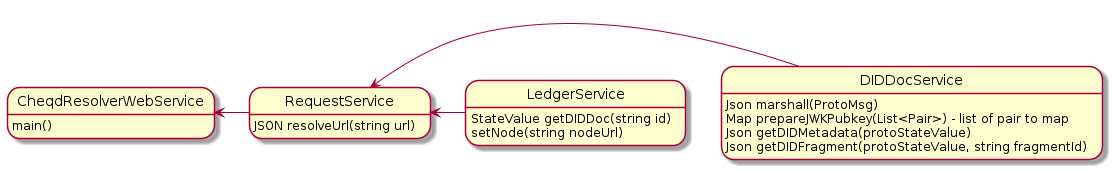
cheqd/cheqd-node keeps this PlantUML diagram as architecture/adr-list/assets/adr-010-did-resolver/resolver-class-diagram.png. Above is the earlier version. Its source is kept beside it as architecture/adr-list/assets/adr-010-did-resolver/resolver-class-diagram.puml.
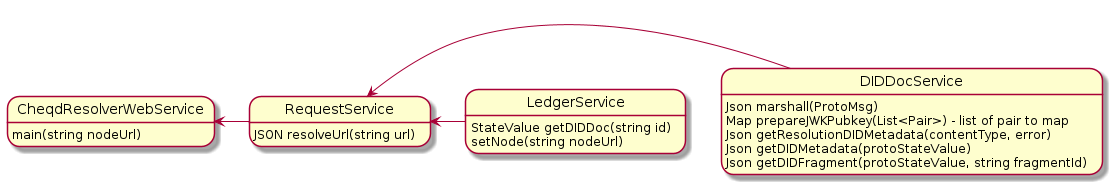
The same diagram one commit later.

Commit message:
DEV-1061: Describe Driver for DID resolver ADR

The edit, as a diff of the source:
```diff
@@ -3,6 +3,7 @@
 
 DIDDocService: Json marshall(ProtoMsg)
 DIDDocService: Map prepareJWKPubkey(List<Pair>) - list of pair to map
+DIDDocService: Json getResolutionDIDMetadata(contentType, error)
 DIDDocService: Json getDIDMetadata(protoStateValue)
 DIDDocService: Json getDIDFragment(protoStateValue, string fragmentId)
 
```
